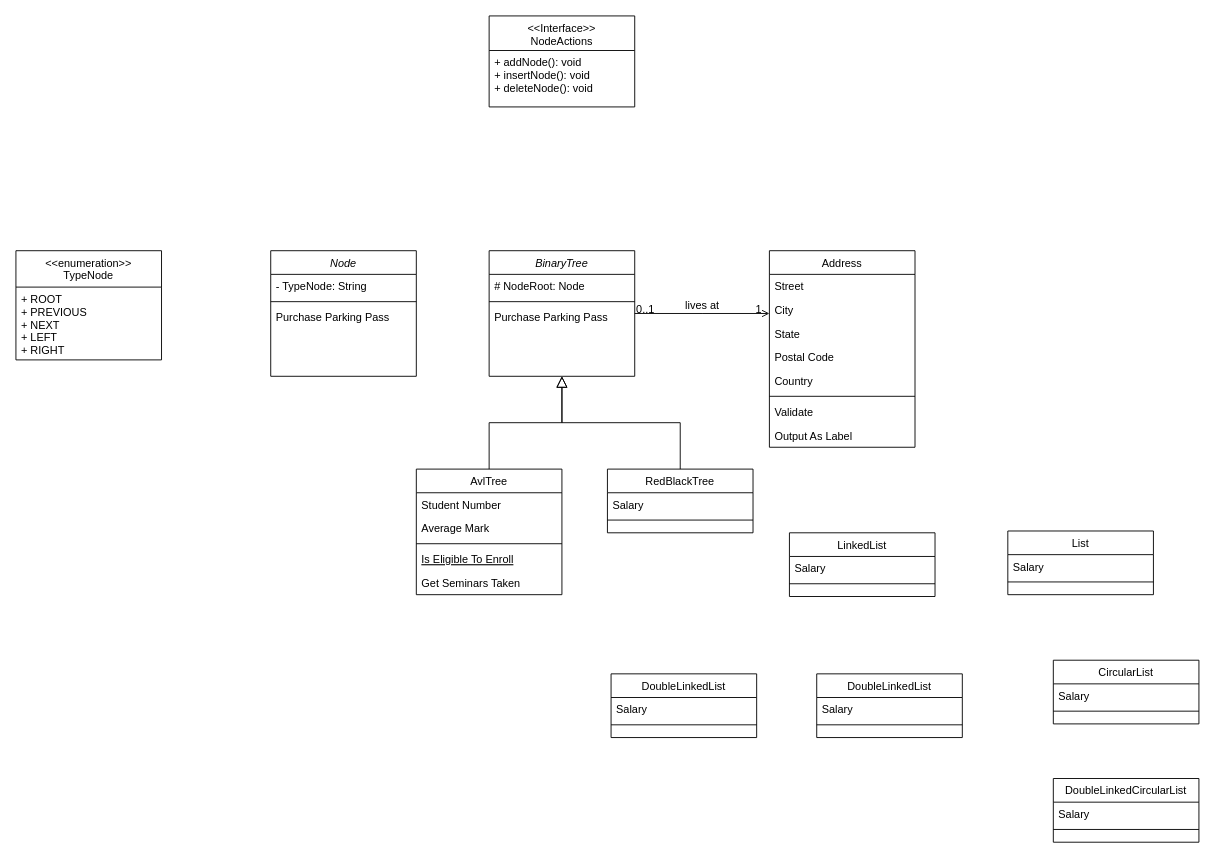
Above: BinaryTreeUMLDiagram.drawio in GabrielCevallos/DataBase (draw.io), before the change. Source tidied: cells renumbered, new cells numbered last; positions are measured from the earlier drawing's top-left corner, leaving out a move shared by most shapes. Both pictures are drawn from the tidied source at 91%, with x=0, y=0 at pixel (15, 15).
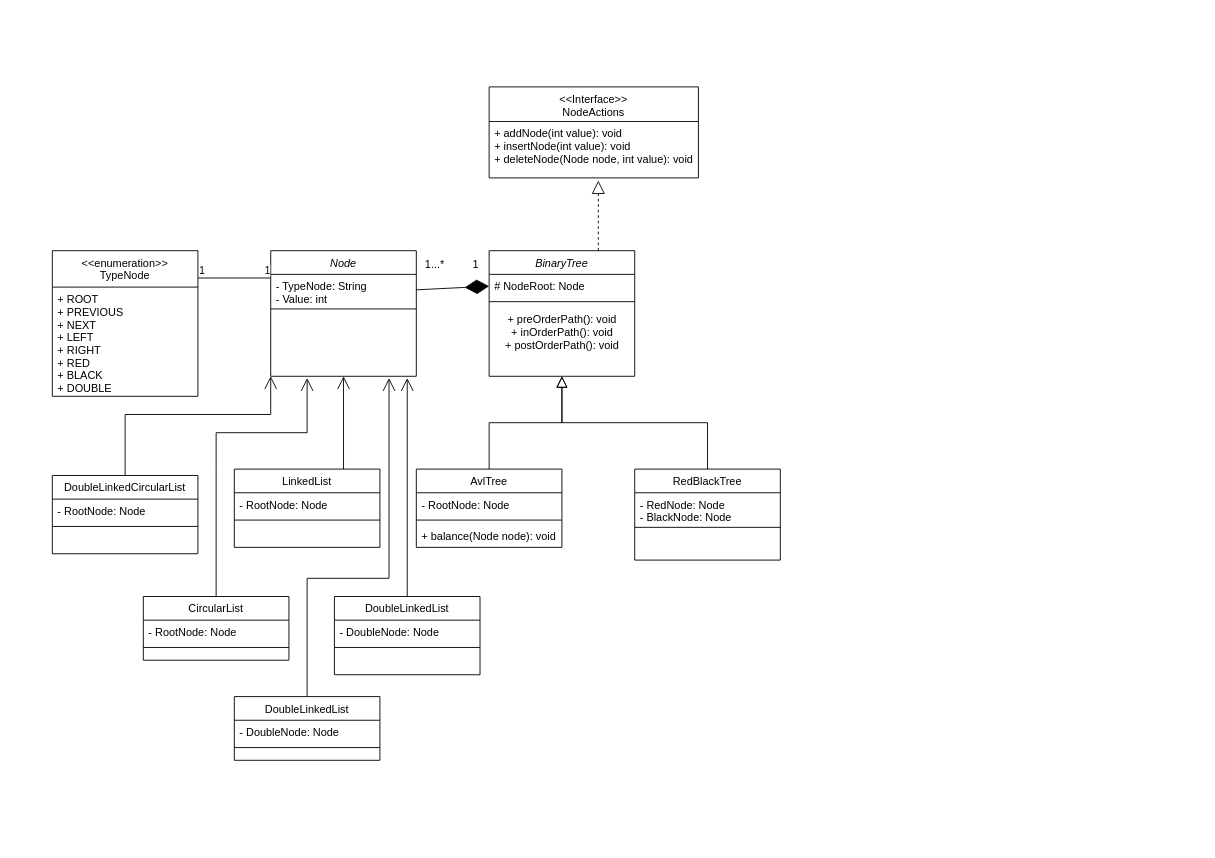
The same page after the edit.

The change refers to these unchanged cells:
```xml
<mxCell id="2" value="BinaryTree" style="swimlane;fontStyle=2;align=center;verticalAlign=top;horizontal=1;startSize=26;rounded=0;shadow=0;strokeWidth=1;" parent="1" vertex="1">
  <mxGeometry x="520" y="258" width="160" height="138" as="geometry" />
</mxCell>
<mxCell id="3" value="# NodeRoot: Node" style="text;align=left;verticalAlign=top;spacingLeft=4;spacingRight=4;overflow=hidden;points=[[0,0.5],[1,0.5]];portConstraint=eastwest;" parent="2" vertex="1">
  <mxGeometry y="26" width="160" height="26" as="geometry" />
</mxCell>
<mxCell id="30" value="Node" style="swimlane;fontStyle=2;align=center;verticalAlign=top;horizontal=1;startSize=26;rounded=0;shadow=0;strokeWidth=1;" parent="1" vertex="1">
  <mxGeometry x="280" y="258" width="160" height="138" as="geometry" />
</mxCell>
```

Change to the diagram source:
```diff
@@
-    <mxCell id="5" value="Purchase Parking Pass" style="text;align=left;verticalAlign=top;spacingLeft=4;spacingRight=4;overflow=hidden;" parent="2" vertex="1">
-      <mxGeometry y="60" width="160" height="26" as="geometry" />
-    </mxCell>
+    <mxCell id="56" value="+ preOrderPath(): void&lt;div&gt;+ inOrderPath(): void&lt;br&gt;&lt;/div&gt;&lt;div&gt;+ postOrderPath(): void&lt;br&gt;&lt;/div&gt;" style="text;html=1;align=center;verticalAlign=middle;strokeColor=none;fillColor=none;" parent="2" vertex="1">
+      <mxGeometry y="60" width="160" height="60" as="geometry" />
+    </mxCell>
     <mxCell id="6" value="AvlTree" style="swimlane;fontStyle=0;align=center;verticalAlign=top;horizontal=1;startSize=26;rounded=0;shadow=0;strokeWidth=1;" parent="1" vertex="1">
-      <mxGeometry x="440" y="498" width="160" height="138" as="geometry" />
+      <mxGeometry x="440" y="498" width="160" height="86" as="geometry" />
     </mxCell>
-    <mxCell id="7" value="Student Number" style="text;align=left;verticalAlign=top;spacingLeft=4;spacingRight=4;overflow=hidden;" parent="6" vertex="1">
-      <mxGeometry y="26" width="160" height="26" as="geometry" />
-    </mxCell>
-    <mxCell id="8" value="Average Mark" style="text;align=left;verticalAlign=top;spacingLeft=4;spacingRight=4;overflow=hidden;rounded=0;shadow=0;html=0;" parent="6" vertex="1">
-      <mxGeometry y="52" width="160" height="26" as="geometry" />
-    </mxCell>
+    <mxCell id="57" value="- RootNode: Node" style="text;align=left;verticalAlign=top;spacingLeft=4;spacingRight=4;overflow=hidden;" parent="6" vertex="1">
+      <mxGeometry y="26" width="160" height="26" as="geometry" />
+    </mxCell>
     <mxCell id="9" style="line;html=1;strokeWidth=1;align=left;verticalAlign=middle;spacingTop=-1;spacingLeft=3;spacingRight=3;labelPosition=right;" parent="6" vertex="1">
-      <mxGeometry y="78" width="160" height="8" as="geometry" />
+      <mxGeometry y="52" width="160" height="8" as="geometry" />
     </mxCell>
-    <mxCell id="10" value="Is Eligible To Enroll" style="text;align=left;verticalAlign=top;spacingLeft=4;spacingRight=4;overflow=hidden;fontStyle=4;" parent="6" vertex="1">
-      <mxGeometry y="86" width="160" height="26" as="geometry" />
-    </mxCell>
-    <mxCell id="11" value="Get Seminars Taken" style="text;align=left;verticalAlign=top;spacingLeft=4;spacingRight=4;overflow=hidden;" parent="6" vertex="1">
-      <mxGeometry y="112" width="160" height="26" as="geometry" />
+    <mxCell id="11" value="+ balance(Node node): void" style="text;align=left;verticalAlign=top;spacingLeft=4;spacingRight=4;overflow=hidden;" parent="6" vertex="1">
+      <mxGeometry y="60" width="160" height="26" as="geometry" />
     </mxCell>
@@
     <mxCell id="13" value="RedBlackTree" style="swimlane;fontStyle=0;align=center;verticalAlign=top;horizontal=1;startSize=26;rounded=0;shadow=0;strokeWidth=1;" parent="1" vertex="1">
-      <mxGeometry x="650" y="498" width="160" height="70" as="geometry" />
+      <mxGeometry x="680" y="498" width="160" height="100" as="geometry" />
     </mxCell>
-    <mxCell id="14" value="Salary" style="text;align=left;verticalAlign=top;spacingLeft=4;spacingRight=4;overflow=hidden;" parent="13" vertex="1">
-      <mxGeometry y="26" width="160" height="26" as="geometry" />
+    <mxCell id="14" value="- RedNode: Node&#10;- BlackNode: Node" style="text;align=left;verticalAlign=top;spacingLeft=4;spacingRight=4;overflow=hidden;" parent="13" vertex="1">
+      <mxGeometry y="26" width="160" height="34" as="geometry" />
     </mxCell>
     <mxCell id="15" style="line;html=1;strokeWidth=1;align=left;verticalAlign=middle;spacingTop=-1;spacingLeft=3;spacingRight=3;labelPosition=right;" parent="13" vertex="1">
-      <mxGeometry y="52" width="160" height="8" as="geometry" />
+      <mxGeometry y="60" width="160" height="8" as="geometry" />
     </mxCell>
@@
-    <mxCell id="17" value="Address" style="swimlane;fontStyle=0;align=center;verticalAlign=top;horizontal=1;startSize=26;rounded=0;shadow=0;strokeWidth=1;" parent="1" vertex="1">
-      <mxGeometry x="828" y="258" width="160" height="216" as="geometry" />
-    </mxCell>
-    <mxCell id="18" value="Street" style="text;align=left;verticalAlign=top;spacingLeft=4;spacingRight=4;overflow=hidden;" parent="17" vertex="1">
-      <mxGeometry y="26" width="160" height="26" as="geometry" />
-    </mxCell>
-    <mxCell id="19" value="City" style="text;align=left;verticalAlign=top;spacingLeft=4;spacingRight=4;overflow=hidden;rounded=0;shadow=0;html=0;" parent="17" vertex="1">
-      <mxGeometry y="52" width="160" height="26" as="geometry" />
-    </mxCell>
-    <mxCell id="20" value="State" style="text;align=left;verticalAlign=top;spacingLeft=4;spacingRight=4;overflow=hidden;rounded=0;shadow=0;html=0;" parent="17" vertex="1">
-      <mxGeometry y="78" width="160" height="26" as="geometry" />
-    </mxCell>
-    <mxCell id="21" value="Postal Code" style="text;align=left;verticalAlign=top;spacingLeft=4;spacingRight=4;overflow=hidden;rounded=0;shadow=0;html=0;" parent="17" vertex="1">
-      <mxGeometry y="104" width="160" height="26" as="geometry" />
-    </mxCell>
-    <mxCell id="22" value="Country" style="text;align=left;verticalAlign=top;spacingLeft=4;spacingRight=4;overflow=hidden;rounded=0;shadow=0;html=0;" parent="17" vertex="1">
-      <mxGeometry y="130" width="160" height="26" as="geometry" />
-    </mxCell>
-    <mxCell id="23" style="line;html=1;strokeWidth=1;align=left;verticalAlign=middle;spacingTop=-1;spacingLeft=3;spacingRight=3;labelPosition=right;" parent="17" vertex="1">
-      <mxGeometry y="156" width="160" height="8" as="geometry" />
-    </mxCell>
-    <mxCell id="24" value="Validate" style="text;align=left;verticalAlign=top;spacingLeft=4;spacingRight=4;overflow=hidden;" parent="17" vertex="1">
-      <mxGeometry y="164" width="160" height="26" as="geometry" />
-    </mxCell>
-    <mxCell id="25" value="Output As Label" style="text;align=left;verticalAlign=top;spacingLeft=4;spacingRight=4;overflow=hidden;" parent="17" vertex="1">
-      <mxGeometry y="190" width="160" height="26" as="geometry" />
-    </mxCell>
-    <mxCell id="26" style="endArrow=open;shadow=0;strokeWidth=1;rounded=0;curved=0;endFill=1;edgeStyle=elbowEdgeStyle;elbow=vertical;" parent="1" edge="1" source="2" target="17">
-      <mxGeometry x="0.5" y="41" relative="1" as="geometry">
-        <mxPoint x="-40" y="32" as="offset" />
-      </mxGeometry>
-    </mxCell>
-    <mxCell id="27" value="0..1" style="align=left;verticalAlign=bottom;labelBackgroundColor=none;fontSize=12;" parent="26" vertex="1">
-      <mxGeometry x="-1" relative="1" as="geometry">
-        <mxPoint y="4" as="offset" />
-      </mxGeometry>
-    </mxCell>
-    <mxCell id="28" value="1" style="align=right;verticalAlign=bottom;labelBackgroundColor=none;fontSize=12;" parent="26" vertex="1">
-      <mxGeometry x="1" relative="1" as="geometry">
-        <mxPoint x="-7" y="4" as="offset" />
-      </mxGeometry>
-    </mxCell>
-    <mxCell id="29" value="lives at" style="text;html=1;align=center;verticalAlign=middle;labelBackgroundColor=none;rounded=0;shadow=0;strokeWidth=1;fontSize=12;" parent="26" vertex="1">
-      <mxGeometry x="0.5" y="49" relative="1" as="geometry">
-        <mxPoint x="-38" y="40" as="offset" />
-      </mxGeometry>
-    </mxCell>
@@
-    <mxCell id="31" value="- TypeNode: String" style="text;align=left;verticalAlign=top;spacingLeft=4;spacingRight=4;overflow=hidden;points=[[0,0.5],[1,0.5]];portConstraint=eastwest;" parent="30" vertex="1">
-      <mxGeometry y="26" width="160" height="26" as="geometry" />
+    <mxCell id="31" value="- TypeNode: String&#10;- Value: int" style="text;align=left;verticalAlign=top;spacingLeft=4;spacingRight=4;overflow=hidden;points=[[0,0.5],[1,0.5]];portConstraint=eastwest;" parent="30" vertex="1">
+      <mxGeometry y="26" width="160" height="34" as="geometry" />
     </mxCell>
     <mxCell id="32" style="line;html=1;strokeWidth=1;align=left;verticalAlign=middle;spacingTop=-1;spacingLeft=3;spacingRight=3;labelPosition=right;" parent="30" vertex="1">
-      <mxGeometry y="52" width="160" height="8" as="geometry" />
+      <mxGeometry y="60" width="160" height="8" as="geometry" />
     </mxCell>
-    <mxCell id="33" value="Purchase Parking Pass" style="text;align=left;verticalAlign=top;spacingLeft=4;spacingRight=4;overflow=hidden;" parent="30" vertex="1">
-      <mxGeometry y="60" width="160" height="26" as="geometry" />
-    </mxCell>
     <mxCell id="34" value="&lt;&lt;enumeration&gt;&gt;&#10;TypeNode" style="swimlane;fontStyle=0;align=center;verticalAlign=top;horizontal=1;startSize=40;rounded=0;shadow=0;strokeWidth=1;" parent="1" vertex="1">
-      <mxGeometry y="258" width="160" height="120" as="geometry" />
+      <mxGeometry x="40" y="258" width="160" height="160" as="geometry" />
     </mxCell>
-    <mxCell id="35" value="+ ROOT&#10;+ PREVIOUS&#10;+ NEXT&#10;+ LEFT&#10;+ RIGHT" style="text;align=left;verticalAlign=top;spacingLeft=4;spacingRight=4;overflow=hidden;" parent="34" vertex="1">
-      <mxGeometry y="40" width="160" height="80" as="geometry" />
+    <mxCell id="35" value="+ ROOT&#10;+ PREVIOUS&#10;+ NEXT&#10;+ LEFT&#10;+ RIGHT&#10;+ RED&#10;+ BLACK&#10;+ DOUBLE&#10;" style="text;align=left;verticalAlign=top;spacingLeft=4;spacingRight=4;overflow=hidden;" parent="34" vertex="1">
+      <mxGeometry y="40" width="160" height="120" as="geometry" />
     </mxCell>
     <mxCell id="36" value="&lt;&lt;Interface&gt;&gt;&#10;NodeActions" style="swimlane;fontStyle=0;align=center;verticalAlign=top;horizontal=1;startSize=38;rounded=0;shadow=0;strokeWidth=1;" parent="1" vertex="1">
-      <mxGeometry x="520" width="160" height="100" as="geometry" />
+      <mxGeometry x="520" y="78" width="230" height="100" as="geometry" />
     </mxCell>
-    <mxCell id="37" value="+ addNode(): void&#10;+ insertNode(): void&#10;+ deleteNode(): void" style="text;align=left;verticalAlign=top;spacingLeft=4;spacingRight=4;overflow=hidden;" parent="36" vertex="1">
-      <mxGeometry y="38" width="160" height="62" as="geometry" />
+    <mxCell id="37" value="+ addNode(int value): void&#10;+ insertNode(int value): void&#10;+ deleteNode(Node node, int value): void" style="text;align=left;verticalAlign=top;spacingLeft=4;spacingRight=4;overflow=hidden;" parent="36" vertex="1">
+      <mxGeometry y="38" width="230" height="62" as="geometry" />
     </mxCell>
     <mxCell id="38" value="LinkedList" style="swimlane;fontStyle=0;align=center;verticalAlign=top;horizontal=1;startSize=26;rounded=0;shadow=0;strokeWidth=1;" parent="1" vertex="1">
-      <mxGeometry x="850" y="568" width="160" height="70" as="geometry" />
+      <mxGeometry x="240" y="498" width="160" height="86" as="geometry" />
     </mxCell>
-    <mxCell id="39" value="Salary" style="text;align=left;verticalAlign=top;spacingLeft=4;spacingRight=4;overflow=hidden;" parent="38" vertex="1">
-      <mxGeometry y="26" width="160" height="26" as="geometry" />
-    </mxCell>
+    <mxCell id="58" value="- RootNode: Node" style="text;align=left;verticalAlign=top;spacingLeft=4;spacingRight=4;overflow=hidden;" parent="38" vertex="1">
+      <mxGeometry y="26" width="160" height="26" as="geometry" />
+    </mxCell>
@@
     <mxCell id="41" value="DoubleLinkedList" style="swimlane;fontStyle=0;align=center;verticalAlign=top;horizontal=1;startSize=26;rounded=0;shadow=0;strokeWidth=1;" parent="1" vertex="1">
-      <mxGeometry x="654" y="723" width="160" height="70" as="geometry" />
+      <mxGeometry x="350" y="638" width="160" height="86" as="geometry" />
     </mxCell>
-    <mxCell id="42" value="Salary" style="text;align=left;verticalAlign=top;spacingLeft=4;spacingRight=4;overflow=hidden;" parent="41" vertex="1">
-      <mxGeometry y="26" width="160" height="26" as="geometry" />
-    </mxCell>
+    <mxCell id="59" value="- DoubleNode: Node" style="text;align=left;verticalAlign=top;spacingLeft=4;spacingRight=4;overflow=hidden;" parent="41" vertex="1">
+      <mxGeometry y="26" width="160" height="26" as="geometry" />
+    </mxCell>
@@
     <mxCell id="44" value="DoubleLinkedList" style="swimlane;fontStyle=0;align=center;verticalAlign=top;horizontal=1;startSize=26;rounded=0;shadow=0;strokeWidth=1;" parent="1" vertex="1">
-      <mxGeometry x="880" y="723" width="160" height="70" as="geometry" />
+      <mxGeometry x="240" y="748" width="160" height="70" as="geometry" />
     </mxCell>
-    <mxCell id="45" value="Salary" style="text;align=left;verticalAlign=top;spacingLeft=4;spacingRight=4;overflow=hidden;" parent="44" vertex="1">
-      <mxGeometry y="26" width="160" height="26" as="geometry" />
-    </mxCell>
+    <mxCell id="60" value="- DoubleNode: Node" style="text;align=left;verticalAlign=top;spacingLeft=4;spacingRight=4;overflow=hidden;" parent="44" vertex="1">
+      <mxGeometry y="26" width="160" height="26" as="geometry" />
+    </mxCell>
@@
-    <mxCell id="47" value="List" style="swimlane;fontStyle=0;align=center;verticalAlign=top;horizontal=1;startSize=26;rounded=0;shadow=0;strokeWidth=1;" parent="1" vertex="1">
-      <mxGeometry x="1090" y="566" width="160" height="70" as="geometry" />
-    </mxCell>
-    <mxCell id="48" value="Salary" style="text;align=left;verticalAlign=top;spacingLeft=4;spacingRight=4;overflow=hidden;" parent="47" vertex="1">
-      <mxGeometry y="26" width="160" height="26" as="geometry" />
-    </mxCell>
-    <mxCell id="49" style="line;html=1;strokeWidth=1;align=left;verticalAlign=middle;spacingTop=-1;spacingLeft=3;spacingRight=3;labelPosition=right;" parent="47" vertex="1">
-      <mxGeometry y="52" width="160" height="8" as="geometry" />
-    </mxCell>
     <mxCell id="50" value="CircularList" style="swimlane;fontStyle=0;align=center;verticalAlign=top;horizontal=1;startSize=26;rounded=0;shadow=0;strokeWidth=1;" parent="1" vertex="1">
-      <mxGeometry x="1140" y="708" width="160" height="70" as="geometry" />
+      <mxGeometry x="140" y="638" width="160" height="70" as="geometry" />
     </mxCell>
-    <mxCell id="51" value="Salary" style="text;align=left;verticalAlign=top;spacingLeft=4;spacingRight=4;overflow=hidden;" parent="50" vertex="1">
-      <mxGeometry y="26" width="160" height="26" as="geometry" />
-    </mxCell>
+    <mxCell id="61" value="- RootNode: Node" style="text;align=left;verticalAlign=top;spacingLeft=4;spacingRight=4;overflow=hidden;" parent="50" vertex="1">
+      <mxGeometry y="26" width="160" height="26" as="geometry" />
+    </mxCell>
@@
     <mxCell id="53" value="DoubleLinkedCircularList" style="swimlane;fontStyle=0;align=center;verticalAlign=top;horizontal=1;startSize=26;rounded=0;shadow=0;strokeWidth=1;" parent="1" vertex="1">
-      <mxGeometry x="1140" y="838" width="160" height="70" as="geometry" />
+      <mxGeometry x="40" y="505" width="160" height="86" as="geometry" />
     </mxCell>
-    <mxCell id="54" value="Salary" style="text;align=left;verticalAlign=top;spacingLeft=4;spacingRight=4;overflow=hidden;" parent="53" vertex="1">
-      <mxGeometry y="26" width="160" height="26" as="geometry" />
-    </mxCell>
+    <mxCell id="62" value="- RootNode: Node" style="text;align=left;verticalAlign=top;spacingLeft=4;spacingRight=4;overflow=hidden;" parent="53" vertex="1">
+      <mxGeometry y="26" width="160" height="26" as="geometry" />
+    </mxCell>
@@
+    <mxCell id="63" style="endArrow=none;html=1;edgeStyle=orthogonalEdgeStyle;rounded=0;" parent="1" edge="1">
+      <mxGeometry relative="1" as="geometry">
+        <mxPoint x="200" y="288" as="sourcePoint" />
+        <mxPoint x="280" y="288" as="targetPoint" />
+      </mxGeometry>
+    </mxCell>
+    <mxCell id="64" value="1" style="edgeLabel;html=1;align=left;verticalAlign=bottom;" parent="63" vertex="1">
+      <mxGeometry x="-1" relative="1" as="geometry" />
+    </mxCell>
+    <mxCell id="65" value="1" style="edgeLabel;html=1;align=right;verticalAlign=bottom;" parent="63" vertex="1">
+      <mxGeometry x="1" relative="1" as="geometry" />
+    </mxCell>
+    <mxCell id="66" style="endArrow=diamondThin;endFill=1;endSize=24;html=1;rounded=0;exitX=1;exitY=0.5;exitDx=0;exitDy=0;entryX=0;entryY=0.5;entryDx=0;entryDy=0;" parent="1" edge="1" source="31" target="3">
+      <mxGeometry relative="1" as="geometry" />
+    </mxCell>
+    <mxCell id="67" value="1" style="text;html=1;align=center;verticalAlign=middle;strokeColor=none;fillColor=none;" parent="1" vertex="1">
+      <mxGeometry x="490" y="258" width="30" height="30" as="geometry" />
+    </mxCell>
+    <mxCell id="68" value="1...*" style="text;html=1;align=center;verticalAlign=middle;strokeColor=none;fillColor=none;" parent="1" vertex="1">
+      <mxGeometry x="440" y="258" width="40" height="30" as="geometry" />
+    </mxCell>
+    <mxCell id="69" style="endArrow=block;dashed=1;endFill=0;endSize=12;html=1;rounded=0;exitX=0.75;exitY=0;exitDx=0;exitDy=0;" parent="1" edge="1" source="2">
+      <mxGeometry relative="1" as="geometry">
+        <mxPoint x="640" y="181" as="targetPoint" />
+      </mxGeometry>
+    </mxCell>
+    <mxCell id="70" style="endArrow=open;endFill=1;endSize=12;html=1;rounded=0;exitX=0.75;exitY=0;exitDx=0;exitDy=0;entryX=0.5;entryY=1;entryDx=0;entryDy=0;" parent="1" edge="1" source="38" target="30">
+      <mxGeometry relative="1" as="geometry" />
+    </mxCell>
+    <mxCell id="71" style="endArrow=open;endFill=1;endSize=12;html=1;rounded=0;exitX=0.5;exitY=0;exitDx=0;exitDy=0;entryX=0;entryY=1;entryDx=0;entryDy=0;" parent="1" edge="1" source="53" target="30">
+      <mxGeometry relative="1" as="geometry">
+        <Array as="points">
+          <mxPoint x="120" y="438" />
+          <mxPoint x="280" y="438" />
+        </Array>
+      </mxGeometry>
+    </mxCell>
+    <mxCell id="72" style="endArrow=open;endFill=1;endSize=12;html=1;rounded=0;exitX=0.5;exitY=0;exitDx=0;exitDy=0;" parent="1" edge="1" source="50">
+      <mxGeometry relative="1" as="geometry">
+        <mxPoint x="320" y="398" as="targetPoint" />
+        <Array as="points">
+          <mxPoint x="220" y="498" />
+          <mxPoint x="220" y="458" />
+          <mxPoint x="320" y="458" />
+        </Array>
+      </mxGeometry>
+    </mxCell>
+    <mxCell id="73" style="endArrow=open;endFill=1;endSize=12;html=1;rounded=0;exitX=0.5;exitY=0;exitDx=0;exitDy=0;" parent="1" edge="1" source="41">
+      <mxGeometry relative="1" as="geometry">
+        <mxPoint x="430" y="398" as="targetPoint" />
+      </mxGeometry>
+    </mxCell>
+    <mxCell id="74" style="endArrow=open;endFill=1;endSize=12;html=1;rounded=0;exitX=0.5;exitY=0;exitDx=0;exitDy=0;" parent="1" edge="1" source="44">
+      <mxGeometry relative="1" as="geometry">
+        <mxPoint x="410" y="398" as="targetPoint" />
+        <Array as="points">
+          <mxPoint x="320" y="618" />
+          <mxPoint x="410" y="618" />
+          <mxPoint x="410" y="508" />
+        </Array>
+      </mxGeometry>
+    </mxCell>
```
